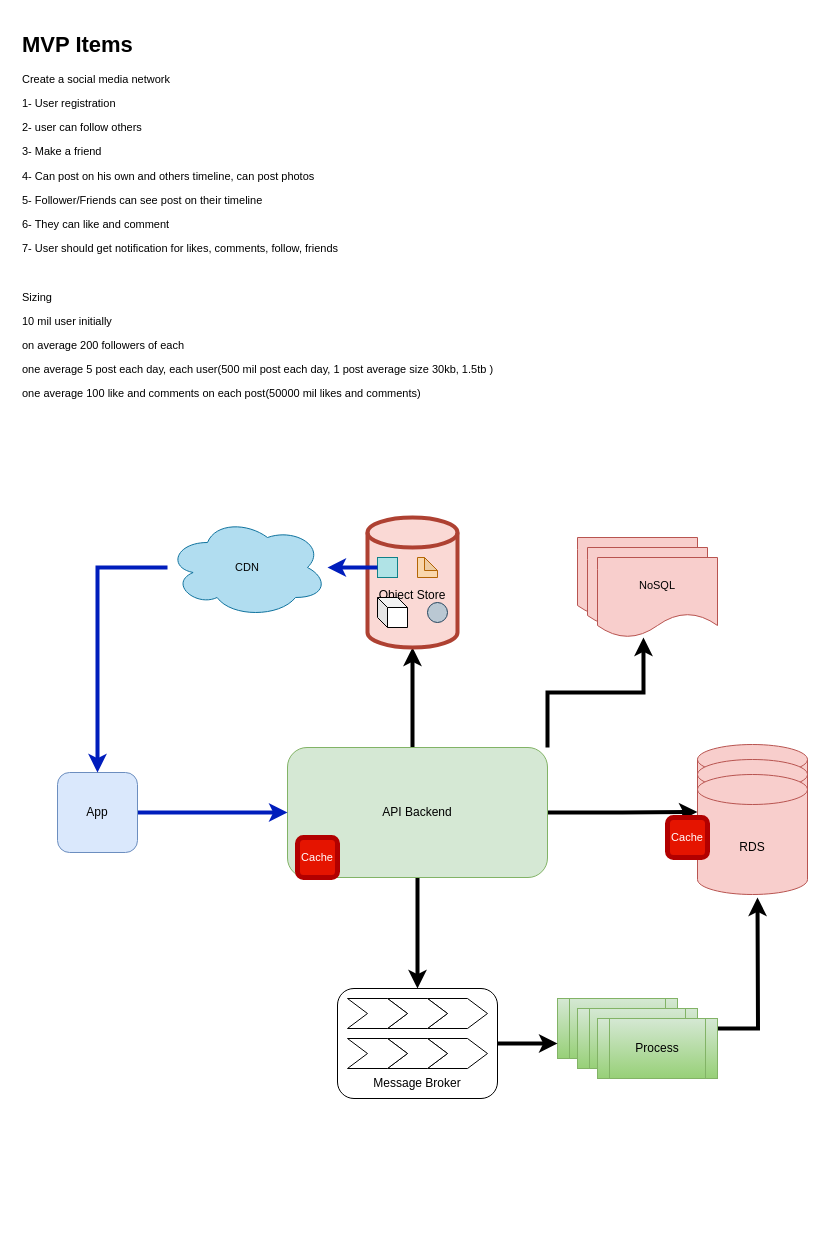
Above: page "HLD-Architecture" (1 of 6) of design/sns.drawio in sheelprabhakar/social-network (draw.io), before the change. Source tidied: cells renumbered, new cells numbered last; positions are measured from the earlier drawing's top-left corner, leaving out a move shared by most shapes. Both pictures are drawn from the tidied source at 100%, with x=0, y=0 at pixel (17, 27).
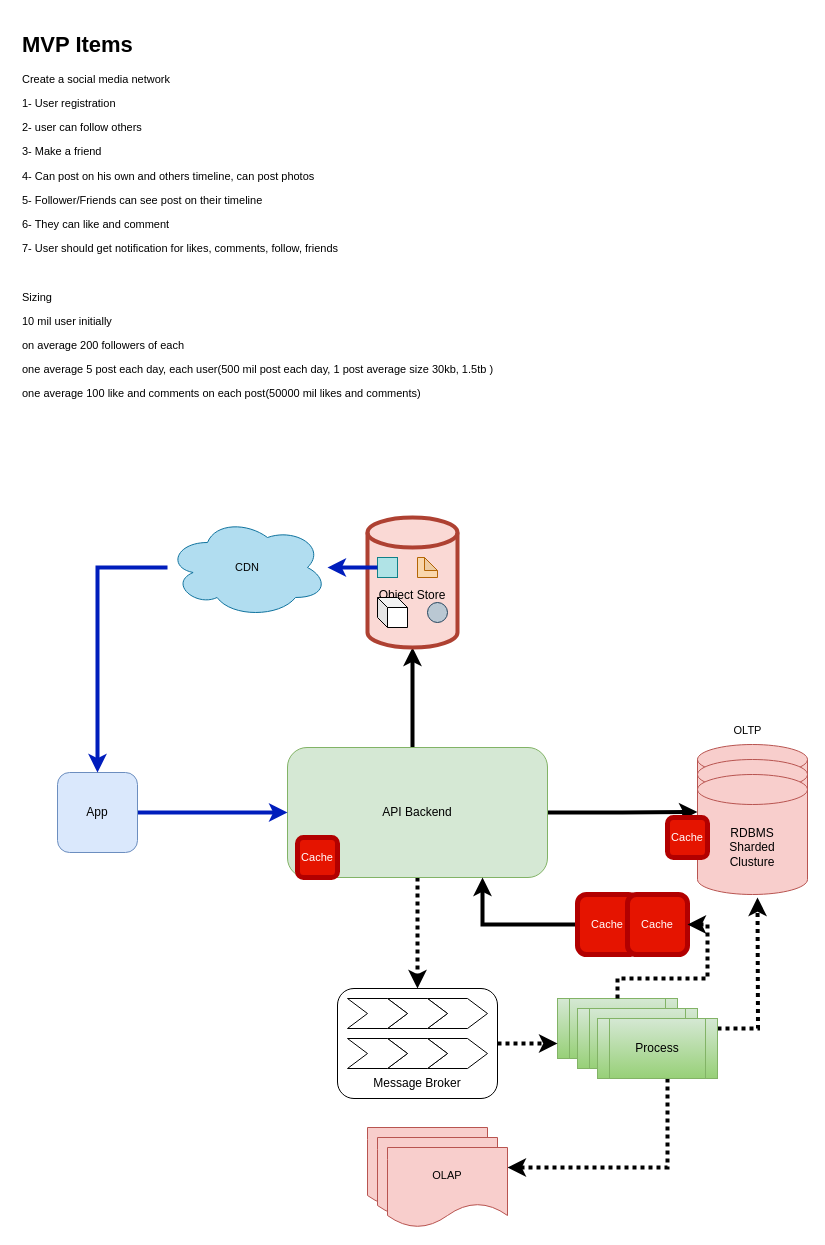
The same diagram, later.

Unchanged cells that the change refers to:
```xml
<mxCell id="6" value="API Backend" style="rounded=1;whiteSpace=wrap;html=1;fillColor=#d5e8d4;strokeColor=#82b366;" parent="1" vertex="1">
  <mxGeometry x="270" y="720" width="260" height="130" as="geometry" />
</mxCell>
<mxCell id="9" style="group;" parent="1" vertex="1">
  <mxGeometry x="680" y="717" width="110" height="150" as="geometry" />
</mxCell>
<mxCell id="20" style="rounded=1;whiteSpace=wrap;html=1;" parent="19" vertex="1">
  <mxGeometry width="160" height="110" as="geometry" />
</mxCell>
<mxCell id="31" style="group;" parent="1" vertex="1">
  <mxGeometry x="540" y="971" width="160" height="80" as="geometry" />
</mxCell>
<mxCell id="33" style="shape=process;whiteSpace=wrap;html=1;backgroundOutline=1;fillColor=#d5e8d4;gradientColor=#97d077;strokeColor=#82b366;" parent="31" vertex="1">
  <mxGeometry width="120" height="60" as="geometry" />
</mxCell>
<mxCell id="35" value="Process" style="shape=process;whiteSpace=wrap;html=1;backgroundOutline=1;fillColor=#d5e8d4;gradientColor=#97d077;strokeColor=#82b366;" parent="31" vertex="1">
  <mxGeometry x="40" y="20" width="120" height="60" as="geometry" />
</mxCell>
```

The edit, as a diff of the source:
```diff
@@
-    <mxCell id="3" style="edgeStyle=orthogonalEdgeStyle;rounded=0;jettySize=auto;html=1;strokeWidth=4;" parent="1" edge="1" source="6" target="20">
+    <mxCell id="3" style="edgeStyle=orthogonalEdgeStyle;rounded=0;jettySize=auto;html=1;strokeWidth=4;dashed=1;dashPattern=1 1;" parent="1" edge="1" source="6" target="20">
       <mxGeometry relative="1" as="geometry" />
     </mxCell>
@@
-    <mxCell id="5" style="edgeStyle=orthogonalEdgeStyle;shape=connector;rounded=0;jettySize=auto;html=1;exitX=1;exitY=0;exitDx=0;exitDy=0;entryX=0.383;entryY=1;entryDx=0;entryDy=0;entryPerimeter=0;labelBackgroundColor=default;strokeColor=default;strokeWidth=4;fontFamily=Helvetica;fontSize=11;fontColor=default;endArrow=classic;" parent="1" edge="1" source="6" target="40">
-      <mxGeometry relative="1" as="geometry" />
+    <mxCell id="5" style="edgeStyle=orthogonalEdgeStyle;shape=connector;rounded=0;jettySize=auto;html=1;entryX=1;entryY=0.25;entryDx=0;entryDy=0;labelBackgroundColor=default;strokeColor=default;strokeWidth=4;fontFamily=Helvetica;fontSize=11;fontColor=default;endArrow=classic;dashed=1;dashPattern=1 1;" parent="1" edge="1" source="35" target="40">
+      <mxGeometry relative="1" as="geometry">
+        <Array as="points">
+          <mxPoint x="650" y="1140" />
+        </Array>
+      </mxGeometry>
     </mxCell>
@@
-    <mxCell id="12" value="RDS" style="shape=cylinder3;whiteSpace=wrap;html=1;boundedLbl=1;backgroundOutline=1;size=15;fillColor=#f8cecc;strokeColor=#b85450;" parent="9" vertex="1">
+    <mxCell id="12" value="RDBMS &lt;br&gt;Sharded&lt;br&gt;Clusture" style="shape=cylinder3;whiteSpace=wrap;html=1;boundedLbl=1;backgroundOutline=1;size=15;fillColor=#f8cecc;strokeColor=#b85450;" parent="9" vertex="1">
       <mxGeometry y="30" width="110" height="120" as="geometry" />
     </mxCell>
@@
-    <mxCell id="32" style="edgeStyle=orthogonalEdgeStyle;shape=connector;rounded=0;jettySize=auto;html=1;labelBackgroundColor=default;strokeColor=default;strokeWidth=4;fontFamily=Helvetica;fontSize=11;fontColor=default;endArrow=classic;" parent="31" edge="1" source="33">
+    <mxCell id="32" style="edgeStyle=orthogonalEdgeStyle;shape=connector;rounded=0;jettySize=auto;html=1;labelBackgroundColor=default;strokeColor=default;strokeWidth=4;fontFamily=Helvetica;fontSize=11;fontColor=default;endArrow=classic;dashed=1;dashPattern=1 1;" parent="31" edge="1" source="33">
       <mxGeometry relative="1" as="geometry">
         <mxPoint x="200" y="-101" as="targetPoint" />
       </mxGeometry>
     </mxCell>
@@
-    <mxCell id="36" style="edgeStyle=orthogonalEdgeStyle;rounded=0;jettySize=auto;html=1;entryX=0;entryY=0.75;entryDx=0;entryDy=0;strokeWidth=4;" parent="1" edge="1" source="20" target="33">
+    <mxCell id="36" style="edgeStyle=orthogonalEdgeStyle;rounded=0;jettySize=auto;html=1;entryX=0;entryY=0.75;entryDx=0;entryDy=0;strokeWidth=4;dashed=1;dashPattern=1 1;" parent="1" edge="1" source="20" target="33">
       <mxGeometry relative="1" as="geometry" />
     </mxCell>
     <mxCell id="37" style="group;fontFamily=Helvetica;fontSize=11;fontColor=default;" parent="1" vertex="1">
-      <mxGeometry x="560" y="510" width="140" height="100" as="geometry" />
+      <mxGeometry x="350" y="1100" width="140" height="100" as="geometry" />
     </mxCell>
@@
-    <mxCell id="40" value="NoSQL" style="shape=document;whiteSpace=wrap;html=1;boundedLbl=1;fillColor=#f8cecc;strokeColor=#b85450;fontFamily=Helvetica;fontSize=11;fontColor=default;" parent="37" vertex="1">
+    <mxCell id="40" value="OLAP" style="shape=document;whiteSpace=wrap;html=1;boundedLbl=1;fillColor=#f8cecc;strokeColor=#b85450;fontFamily=Helvetica;fontSize=11;fontColor=default;" parent="37" vertex="1">
       <mxGeometry x="20" y="20" width="120" height="80" as="geometry" />
     </mxCell>
@@
+    <mxCell id="47" style="edgeStyle=orthogonalEdgeStyle;rounded=0;jettySize=auto;html=1;entryX=0.75;entryY=1;entryDx=0;entryDy=0;targetPerimeterSpacing=0;strokeWidth=4;" parent="1" edge="1" source="48" target="6">
+      <mxGeometry relative="1" as="geometry" />
+    </mxCell>
+    <mxCell id="48" value="Cache" style="whiteSpace=wrap;html=1;rounded=1;fillColor=#e51400;fontColor=#ffffff;strokeColor=#B20000;strokeWidth=5;fontFamily=Helvetica;fontSize=11;" parent="1" vertex="1">
+      <mxGeometry x="560" y="867" width="60" height="60" as="geometry" />
+    </mxCell>
+    <mxCell id="49" value="Cache" style="whiteSpace=wrap;html=1;rounded=1;fillColor=#e51400;fontColor=#ffffff;strokeColor=#B20000;strokeWidth=5;fontFamily=Helvetica;fontSize=11;" parent="1" vertex="1">
+      <mxGeometry x="610" y="867" width="60" height="60" as="geometry" />
+    </mxCell>
+    <mxCell id="50" style="edgeStyle=orthogonalEdgeStyle;rounded=0;jettySize=auto;html=1;strokeWidth=4;dashed=1;dashPattern=1 1;exitX=0.5;exitY=0;exitDx=0;exitDy=0;entryX=1;entryY=0.5;entryDx=0;entryDy=0;" parent="1" edge="1" source="33" target="49">
+      <mxGeometry relative="1" as="geometry">
+        <Array as="points">
+          <mxPoint x="600" y="951" />
+          <mxPoint x="690" y="951" />
+          <mxPoint x="690" y="897" />
+        </Array>
+      </mxGeometry>
+    </mxCell>
+    <mxCell id="51" value="OLTP" style="text;html=1;align=center;verticalAlign=middle;strokeColor=none;fillColor=none;fontSize=11;fontFamily=Helvetica;fontColor=default;" parent="1" vertex="1">
+      <mxGeometry x="705" y="688" width="50" height="30" as="geometry" />
+    </mxCell>
```
